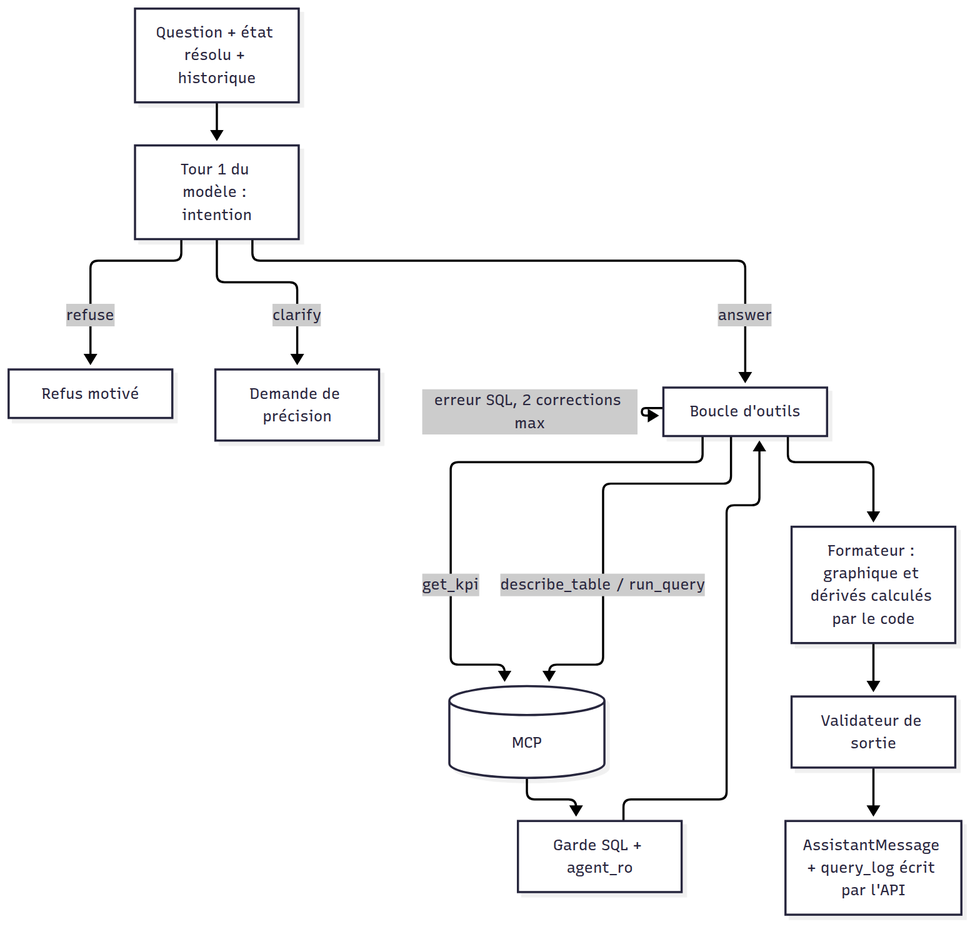
This is docs/diagrams/png/07-agent-boucle.png from justefrank/decision-agent-IA, a Mermaid export, as it was before one commit. Its source is kept beside it as docs/diagrams/07-agent-boucle.mmd. Source of this version:
```mermaid
flowchart TD
  Q["Question + état résolu + historique"] --> L1["Tour 1 du modèle : intention"]
  L1 -- refuse --> R["Refus motivé"]
  L1 -- clarify --> C["Demande de précision"]
  L1 -- answer --> L["Boucle d'outils"]
  L -- get_kpi --> M[("MCP")]
  L -- "describe_table / run_query" --> M
  M --> G["Garde SQL + agent_ro"]
  G --> L
  L -- "erreur SQL, 2 corrections max" --> L
  L --> F["Formateur : graphique et dérivés calculés par le code"]
  F --> V["Validateur de sortie"]
  V --> A["AssistantMessage + query_log écrit par l'API"]
```
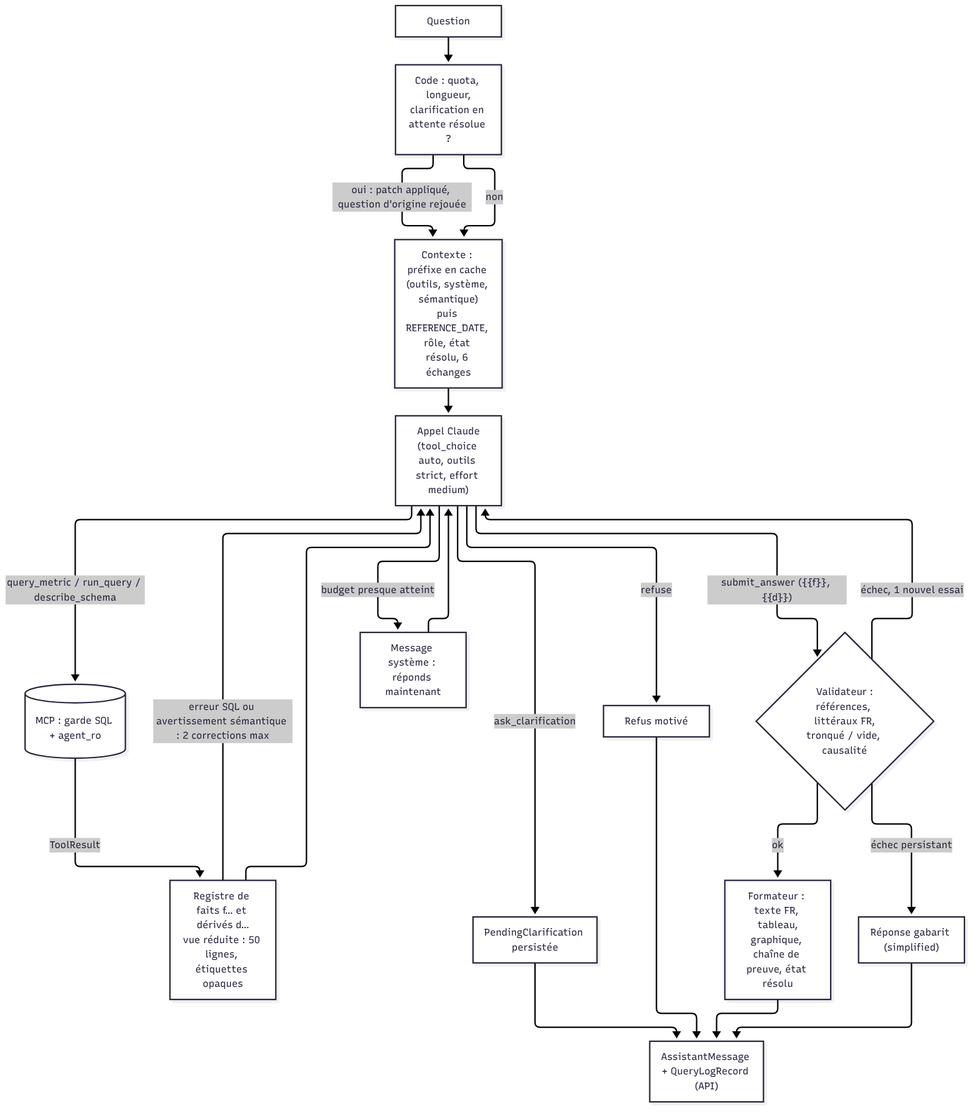
The same file after the commit.

What changed in the source:
```diff
@@ -1,13 +1,21 @@
 flowchart TD
-  Q["Question + état résolu + historique"] --> L1["Tour 1 du modèle : intention"]
-  L1 -- refuse --> R["Refus motivé"]
-  L1 -- clarify --> C["Demande de précision"]
-  L1 -- answer --> L["Boucle d'outils"]
-  L -- get_kpi --> M[("MCP")]
-  L -- "describe_table / run_query" --> M
-  M --> G["Garde SQL + agent_ro"]
-  G --> L
-  L -- "erreur SQL, 2 corrections max" --> L
-  L --> F["Formateur : graphique et dérivés calculés par le code"]
-  F --> V["Validateur de sortie"]
-  V --> A["AssistantMessage + query_log écrit par l'API"]
+  Q["Question"] --> PRE["Code : quota, longueur,<br/>clarification en attente résolue ?"]
+  PRE -- "oui : patch appliqué, question d'origine rejouée" --> CTX
+  PRE -- "non" --> CTX["Contexte : préfixe en cache (outils, système, sémantique)<br/>puis REFERENCE_DATE, rôle, état résolu, 6 échanges"]
+  CTX --> LLM["Appel Claude<br/>(tool_choice auto, outils strict, effort medium)"]
+  LLM -- "query_metric / run_query / describe_schema" --> MCP[("MCP : garde SQL + agent_ro")]
+  MCP -- "ToolResult" --> REG["Registre de faits f… et dérivés d…<br/>vue réduite : 50 lignes, étiquettes opaques"]
+  REG -- "erreur SQL ou avertissement sémantique : 2 corrections max" --> LLM
+  REG --> LLM
+  LLM -- "budget presque atteint" --> NOW["Message système : réponds maintenant"]
+  NOW --> LLM
+  LLM -- "ask_clarification" --> CLR["PendingClarification persistée"]
+  LLM -- "refuse" --> REF["Refus motivé"]
+  LLM -- "submit_answer ({{f}}, {{d}})" --> VAL{"Validateur :<br/>références, littéraux FR,<br/>tronqué / vide, causalité"}
+  VAL -- "échec, 1 nouvel essai" --> LLM
+  VAL -- "ok" --> FMT["Formateur : texte FR, tableau,<br/>graphique, chaîne de preuve, état résolu"]
+  VAL -- "échec persistant" --> TPL["Réponse gabarit (simplified)"]
+  FMT --> OUT["AssistantMessage + QueryLogRecord (API)"]
+  TPL --> OUT
+  CLR --> OUT
+  REF --> OUT
```
